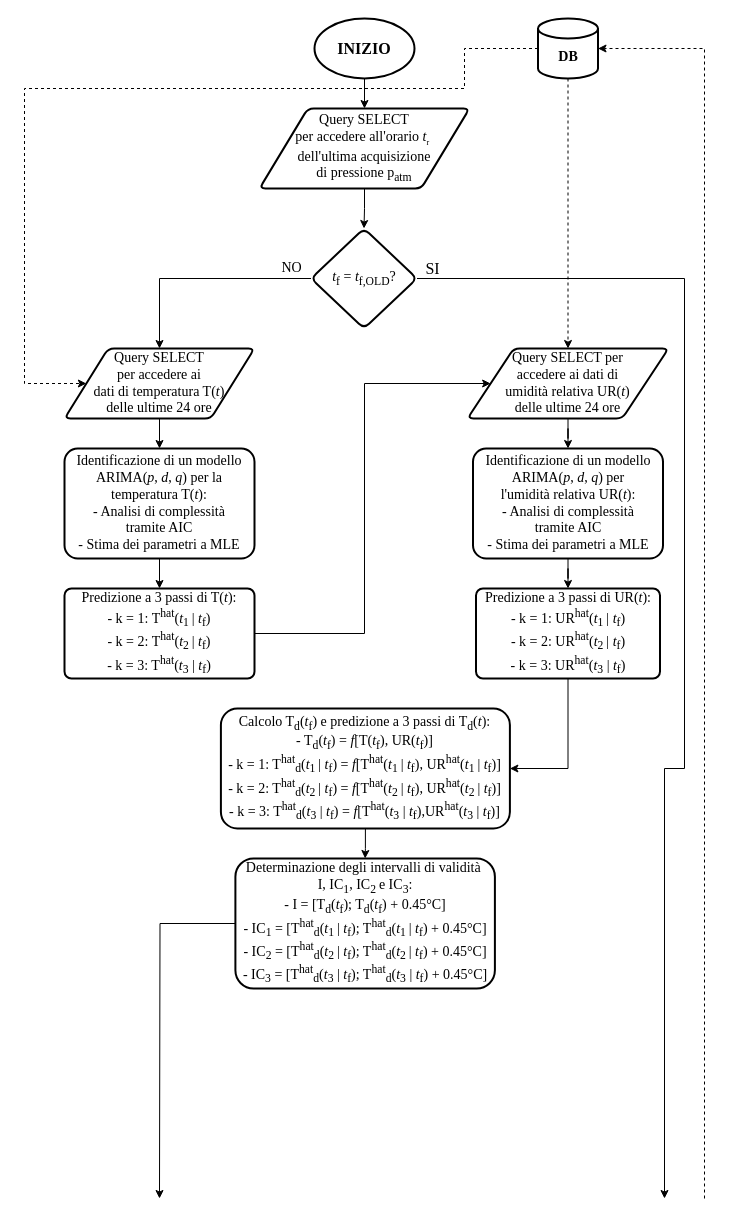
Above: Iterazioni/Documentazione/Iterazione 3/OtherFiles/FC - Generatore allerte F&F(1).drawio in matteoverzeroli/LVSEmergency (draw.io), before the change. Source tidied: cells renumbered, new cells numbered last; positions are measured from the earlier drawing's top-left corner, leaving out a move shared by most shapes. Both pictures are drawn from the tidied source at 100%, with x=0, y=0 at pixel (24, 18).
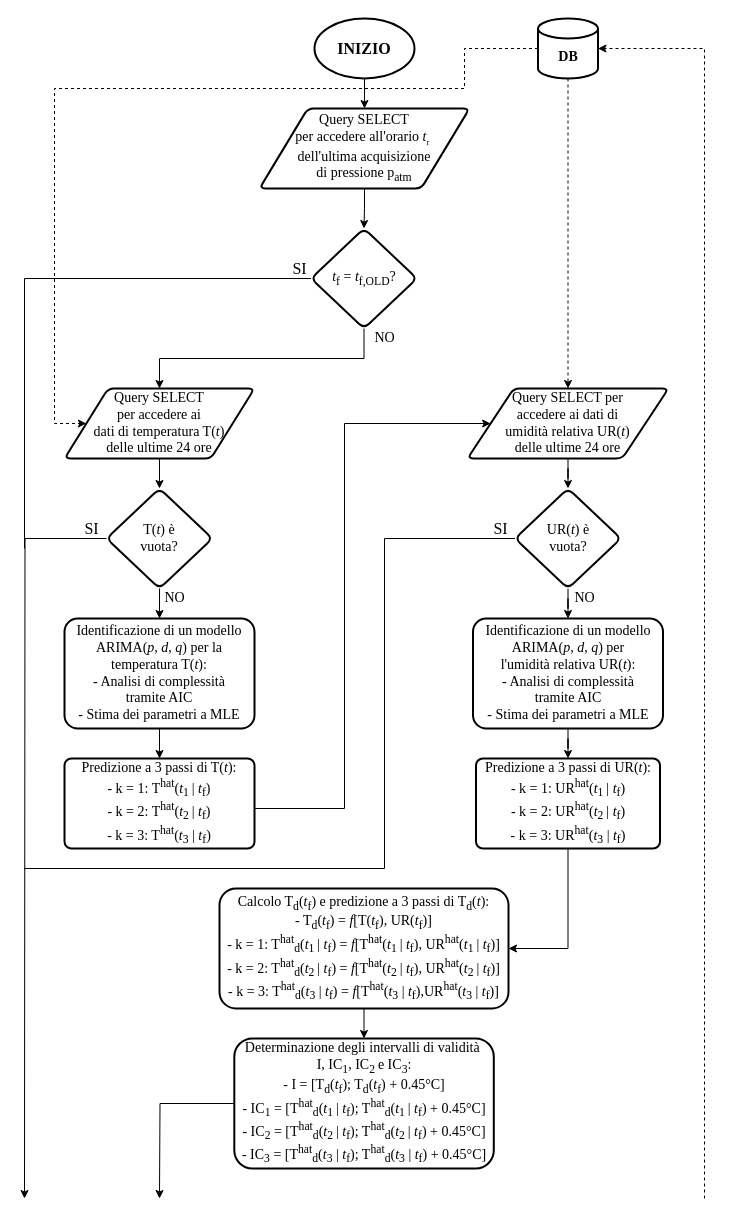
The same page after the edit.

Commit message (it also covers changes not shown here):
Correzione flow charts: inserimento condizioni di terminazione se la serie storica è vuota

The change refers to these unchanged cells:
```xml
<mxCell id="7" value="&lt;font face=&quot;Times New Roman&quot;&gt;&lt;span style=&quot;font-size: 14px&quot;&gt;&lt;i&gt;t&lt;/i&gt;&lt;sub&gt;f&lt;/sub&gt;&amp;nbsp;= &lt;i&gt;t&lt;/i&gt;&lt;sub&gt;f,OLD&lt;/sub&gt;?&lt;/span&gt;&lt;/font&gt;" style="rhombus;whiteSpace=wrap;html=1;rounded=1;arcSize=14;strokeWidth=2;" parent="1" vertex="1">
  <mxGeometry x="286.5" y="210" width="106" height="100" as="geometry" />
</mxCell>
<mxCell id="23" value="&lt;br&gt;&lt;b&gt;DB&lt;/b&gt;" style="strokeWidth=2;html=1;shape=mxgraph.flowchart.database;whiteSpace=wrap;fontFamily=Times New Roman;fontSize=14;" parent="1" vertex="1">
  <mxGeometry x="513.5" width="60" height="60" as="geometry" />
</mxCell>
```

Diff of the diagram source:
```diff
@@
-    <mxCell id="6" style="edgeStyle=orthogonalEdgeStyle;rounded=0;jettySize=auto;html=1;" parent="1" edge="1" source="7" target="9">
-      <mxGeometry relative="1" as="geometry" />
+    <mxCell id="6" style="edgeStyle=orthogonalEdgeStyle;rounded=0;jettySize=auto;html=1;entryX=0.5;entryY=0;entryDx=0;entryDy=0;" parent="1" edge="1" source="7" target="9">
+      <mxGeometry relative="1" as="geometry">
+        <Array as="points">
+          <mxPoint x="340" y="340" />
+          <mxPoint x="135" y="340" />
+        </Array>
+      </mxGeometry>
     </mxCell>
@@
-    <mxCell id="8" style="edgeStyle=orthogonalEdgeStyle;rounded=0;jettySize=auto;html=1;entryX=0.5;entryY=0;entryDx=0;entryDy=0;fontFamily=Times New Roman;fontSize=14;" parent="1" edge="1" source="9" target="12">
-      <mxGeometry relative="1" as="geometry" />
-    </mxCell>
+    <mxCell id="31" style="edgeStyle=orthogonalEdgeStyle;rounded=0;jettySize=auto;html=1;" parent="1" edge="1" source="9" target="35">
+      <mxGeometry relative="1" as="geometry" />
+    </mxCell>
     <mxCell id="9" value="Query SELECT&lt;br&gt;per accedere ai&lt;br&gt;dati di temperatura T(&lt;i&gt;t&lt;/i&gt;) &lt;br&gt;delle ultime 24 ore" style="shape=parallelogram;html=1;strokeWidth=2;perimeter=parallelogramPerimeter;whiteSpace=wrap;rounded=1;arcSize=12;size=0.23;fontFamily=Times New Roman;fontSize=14;" parent="1" vertex="1">
-      <mxGeometry x="40" y="330" width="190" height="70" as="geometry" />
+      <mxGeometry x="40" y="370" width="190" height="70" as="geometry" />
     </mxCell>
     <mxCell id="10" value="&lt;font style=&quot;font-size: 14px&quot; face=&quot;Times New Roman&quot;&gt;NO&lt;/font&gt;" style="text;html=1;align=center;verticalAlign=middle;strokeColor=none;fillColor=none;" parent="1" vertex="1">
-      <mxGeometry x="246.5" y="240" width="40" height="20" as="geometry" />
+      <mxGeometry x="340" y="310" width="40" height="20" as="geometry" />
     </mxCell>
@@
     <mxCell id="12" value="Identificazione di un modello ARIMA(&lt;i&gt;p&lt;/i&gt;, &lt;i&gt;d&lt;/i&gt;, &lt;i&gt;q&lt;/i&gt;) per la temperatura T(&lt;i&gt;t&lt;/i&gt;):&lt;br&gt;- Analisi di complessità &lt;br&gt;tramite AIC&lt;br&gt;- Stima dei parametri a MLE" style="whiteSpace=wrap;html=1;fontSize=14;fontFamily=Times New Roman;strokeWidth=2;rounded=1;arcSize=12;" parent="1" vertex="1">
-      <mxGeometry x="40" y="430" width="190" height="110" as="geometry" />
+      <mxGeometry x="40" y="600" width="190" height="110" as="geometry" />
     </mxCell>
-    <mxCell id="13" style="edgeStyle=orthogonalEdgeStyle;rounded=0;jettySize=auto;html=1;entryX=0;entryY=0.5;entryDx=0;entryDy=0;fontFamily=Times New Roman;fontSize=14;" parent="1" edge="1" source="14" target="16">
+    <mxCell id="13" style="edgeStyle=orthogonalEdgeStyle;rounded=0;jettySize=auto;html=1;entryX=0;entryY=0.5;entryDx=0;entryDy=0;" parent="1" edge="1" source="14" target="16">
       <mxGeometry relative="1" as="geometry">
         <Array as="points">
-          <mxPoint x="340" y="615" />
-          <mxPoint x="340" y="365" />
+          <mxPoint x="320" y="790" />
+          <mxPoint x="320" y="405" />
         </Array>
       </mxGeometry>
     </mxCell>
-    <mxCell id="14" value="Predizione a 3 passi di T(&lt;i&gt;t&lt;/i&gt;):&lt;br&gt;- k = 1: T&lt;sup&gt;hat&lt;/sup&gt;(&lt;i&gt;t&lt;/i&gt;&lt;sub&gt;1&amp;nbsp;&lt;/sub&gt;|&amp;nbsp;&lt;i&gt;t&lt;/i&gt;&lt;sub&gt;f&lt;/sub&gt;)&lt;br&gt;- k = 2: T&lt;sup&gt;hat&lt;/sup&gt;(&lt;i&gt;t&lt;/i&gt;&lt;sub&gt;2&amp;nbsp;&lt;/sub&gt;|&amp;nbsp;&lt;i&gt;t&lt;/i&gt;&lt;sub&gt;f&lt;/sub&gt;)&lt;br&gt;- k = 3: T&lt;sup&gt;hat&lt;/sup&gt;(&lt;i&gt;t&lt;/i&gt;&lt;sub&gt;3&lt;/sub&gt;&amp;nbsp;| &lt;i&gt;t&lt;/i&gt;&lt;sub&gt;f&lt;/sub&gt;)" style="rounded=1;whiteSpace=wrap;html=1;absoluteArcSize=1;arcSize=14;strokeWidth=2;fontFamily=Times New Roman;fontSize=14;" parent="1" vertex="1">
-      <mxGeometry x="40" y="570" width="190" height="90" as="geometry" />
-    </mxCell>
-    <mxCell id="15" style="edgeStyle=orthogonalEdgeStyle;rounded=0;jettySize=auto;html=1;entryX=0.5;entryY=0;entryDx=0;entryDy=0;fontFamily=Times New Roman;fontSize=14;" parent="1" edge="1" source="16" target="18">
-      <mxGeometry relative="1" as="geometry" />
-    </mxCell>
+    <mxCell id="32" style="edgeStyle=orthogonalEdgeStyle;rounded=0;jettySize=auto;html=1;" parent="1" edge="1" source="16" target="37">
+      <mxGeometry relative="1" as="geometry" />
+    </mxCell>
     <mxCell id="16" value="Query SELECT per &lt;br&gt;accedere ai dati di &lt;br&gt;umidità relativa UR(&lt;i&gt;t&lt;/i&gt;) &lt;br&gt;delle ultime 24 ore" style="shape=parallelogram;html=1;strokeWidth=2;perimeter=parallelogramPerimeter;whiteSpace=wrap;rounded=1;arcSize=12;size=0.23;fontFamily=Times New Roman;fontSize=14;" parent="1" vertex="1">
-      <mxGeometry x="443" y="330" width="201" height="70" as="geometry" />
+      <mxGeometry x="443" y="370" width="201" height="70" as="geometry" />
     </mxCell>
@@
     <mxCell id="18" value="Identificazione di un modello ARIMA(&lt;i&gt;p&lt;/i&gt;, &lt;i&gt;d&lt;/i&gt;, &lt;i&gt;q&lt;/i&gt;) per &lt;br&gt;l'umidità relativa UR(&lt;i&gt;t&lt;/i&gt;):&lt;br&gt;- Analisi di complessità &lt;br&gt;tramite AIC&lt;br&gt;- Stima dei parametri a MLE" style="whiteSpace=wrap;html=1;fontSize=14;fontFamily=Times New Roman;strokeWidth=2;rounded=1;arcSize=12;" parent="1" vertex="1">
-      <mxGeometry x="448.5" y="430" width="190" height="110" as="geometry" />
+      <mxGeometry x="448.5" y="600" width="190" height="110" as="geometry" />
     </mxCell>
@@
     <mxCell id="20" value="Predizione a 3 passi di UR(&lt;i&gt;t&lt;/i&gt;):&lt;br&gt;- k = 1: UR&lt;sup&gt;hat&lt;/sup&gt;(&lt;i&gt;t&lt;/i&gt;&lt;sub&gt;1&amp;nbsp;&lt;/sub&gt;|&amp;nbsp;&lt;i&gt;t&lt;/i&gt;&lt;sub&gt;f&lt;/sub&gt;)&lt;br&gt;- k = 2: UR&lt;sup&gt;hat&lt;/sup&gt;(&lt;i&gt;t&lt;/i&gt;&lt;sub&gt;2&amp;nbsp;&lt;/sub&gt;|&amp;nbsp;&lt;i&gt;t&lt;/i&gt;&lt;sub&gt;f&lt;/sub&gt;)&lt;br&gt;- k = 3: UR&lt;sup&gt;hat&lt;/sup&gt;(&lt;i&gt;t&lt;/i&gt;&lt;sub&gt;3&lt;/sub&gt;&amp;nbsp;| &lt;i&gt;t&lt;/i&gt;&lt;sub&gt;f&lt;/sub&gt;)" style="rounded=1;whiteSpace=wrap;html=1;absoluteArcSize=1;arcSize=14;strokeWidth=2;fontFamily=Times New Roman;fontSize=14;" parent="1" vertex="1">
-      <mxGeometry x="451.5" y="570" width="184" height="90" as="geometry" />
+      <mxGeometry x="451.5" y="740" width="184" height="90" as="geometry" />
     </mxCell>
@@
     <mxCell id="22" style="edgeStyle=orthogonalEdgeStyle;rounded=0;jettySize=auto;html=1;entryX=0;entryY=0.5;entryDx=0;entryDy=0;dashed=1;" parent="1" edge="1" source="23" target="9">
       <mxGeometry relative="1" as="geometry">
         <Array as="points">
           <mxPoint x="440" y="30" />
           <mxPoint x="440" y="70" />
-          <mxPoint y="70" />
-          <mxPoint y="365" />
+          <mxPoint x="30" y="70" />
+          <mxPoint x="30" y="405" />
         </Array>
       </mxGeometry>
     </mxCell>
@@
     <mxCell id="25" value="Calcolo T&lt;sub&gt;d&lt;/sub&gt;(&lt;i&gt;t&lt;/i&gt;&lt;sub&gt;f&lt;/sub&gt;) e predizione a 3 passi di T&lt;sub&gt;d&lt;/sub&gt;(&lt;i&gt;t&lt;/i&gt;):&lt;br&gt;- T&lt;sub&gt;d&lt;/sub&gt;(&lt;i&gt;t&lt;/i&gt;&lt;sub&gt;f&lt;/sub&gt;) = &lt;i&gt;f&lt;/i&gt;[T(&lt;i&gt;t&lt;/i&gt;&lt;sub&gt;f&lt;/sub&gt;), UR(&lt;i&gt;t&lt;/i&gt;&lt;sub&gt;f&lt;/sub&gt;)]&lt;br&gt;- k = 1: T&lt;sup&gt;hat&lt;/sup&gt;&lt;sub&gt;d&lt;/sub&gt;(&lt;i&gt;t&lt;/i&gt;&lt;sub&gt;1&amp;nbsp;&lt;/sub&gt;|&amp;nbsp;&lt;i&gt;t&lt;/i&gt;&lt;sub&gt;f&lt;/sub&gt;) = &lt;i&gt;f&lt;/i&gt;[T&lt;sup&gt;hat&lt;/sup&gt;(&lt;i&gt;t&lt;/i&gt;&lt;sub&gt;1&amp;nbsp;&lt;/sub&gt;|&amp;nbsp;&lt;i&gt;t&lt;/i&gt;&lt;sub&gt;f&lt;/sub&gt;), UR&lt;sup&gt;hat&lt;/sup&gt;(&lt;i&gt;t&lt;/i&gt;&lt;sub&gt;1&amp;nbsp;&lt;/sub&gt;|&amp;nbsp;&lt;i&gt;t&lt;/i&gt;&lt;sub&gt;f&lt;/sub&gt;)]&lt;br&gt;- k = 2: T&lt;sup&gt;hat&lt;/sup&gt;&lt;sub&gt;d&lt;/sub&gt;(&lt;i&gt;t&lt;/i&gt;&lt;sub&gt;2&amp;nbsp;&lt;/sub&gt;|&amp;nbsp;&lt;i&gt;t&lt;/i&gt;&lt;sub&gt;f&lt;/sub&gt;) = &lt;i&gt;f&lt;/i&gt;[T&lt;sup&gt;hat&lt;/sup&gt;(&lt;i&gt;t&lt;/i&gt;&lt;sub&gt;2&amp;nbsp;&lt;/sub&gt;|&amp;nbsp;&lt;i&gt;t&lt;/i&gt;&lt;sub&gt;f&lt;/sub&gt;), UR&lt;sup&gt;hat&lt;/sup&gt;(&lt;i&gt;t&lt;/i&gt;&lt;sub&gt;2&amp;nbsp;&lt;/sub&gt;|&amp;nbsp;&lt;i&gt;t&lt;/i&gt;&lt;sub&gt;f&lt;/sub&gt;)]&lt;br&gt;- k = 3: T&lt;sup&gt;hat&lt;/sup&gt;&lt;sub&gt;d&lt;/sub&gt;(&lt;i&gt;t&lt;/i&gt;&lt;sub&gt;3&lt;/sub&gt;&amp;nbsp;| &lt;i&gt;t&lt;/i&gt;&lt;sub&gt;f&lt;/sub&gt;) = &lt;i&gt;f&lt;/i&gt;[T&lt;sup&gt;hat&lt;/sup&gt;(&lt;i&gt;t&lt;/i&gt;&lt;sub&gt;3&lt;/sub&gt;&amp;nbsp;|&amp;nbsp;&lt;i&gt;t&lt;/i&gt;&lt;sub&gt;f&lt;/sub&gt;),UR&lt;sup&gt;hat&lt;/sup&gt;(&lt;i&gt;t&lt;/i&gt;&lt;sub&gt;3&lt;/sub&gt;&amp;nbsp;|&amp;nbsp;&lt;i&gt;t&lt;/i&gt;&lt;sub&gt;f&lt;/sub&gt;)]" style="rounded=1;whiteSpace=wrap;html=1;absoluteArcSize=1;arcSize=33;strokeWidth=2;fontFamily=Times New Roman;fontSize=14;" parent="1" vertex="1">
-      <mxGeometry x="196.4" y="690" width="289" height="120" as="geometry" />
+      <mxGeometry x="195" y="870" width="289" height="120" as="geometry" />
     </mxCell>
@@
     <mxCell id="27" value="Determinazione degli intervalli di validità&amp;nbsp; &lt;br&gt;I, IC&lt;sub&gt;1&lt;/sub&gt;, IC&lt;sub&gt;2 &lt;/sub&gt;e IC&lt;sub&gt;3&lt;/sub&gt;:&lt;br&gt;- I = [T&lt;sub&gt;d&lt;/sub&gt;(&lt;i&gt;t&lt;/i&gt;&lt;sub&gt;f&lt;/sub&gt;); T&lt;sub&gt;d&lt;/sub&gt;(&lt;i&gt;t&lt;/i&gt;&lt;sub&gt;f&lt;/sub&gt;) + 0.45°C]&lt;br&gt;- IC&lt;sub&gt;1&lt;/sub&gt;&amp;nbsp;= [T&lt;sup&gt;hat&lt;/sup&gt;&lt;sub&gt;d&lt;/sub&gt;(&lt;i&gt;t&lt;/i&gt;&lt;sub&gt;1&amp;nbsp;&lt;/sub&gt;|&amp;nbsp;&lt;i&gt;t&lt;/i&gt;&lt;sub&gt;f&lt;/sub&gt;); T&lt;sup&gt;hat&lt;/sup&gt;&lt;sub&gt;d&lt;/sub&gt;(&lt;i&gt;t&lt;/i&gt;&lt;sub&gt;1&amp;nbsp;&lt;/sub&gt;|&amp;nbsp;&lt;i&gt;t&lt;/i&gt;&lt;sub&gt;f&lt;/sub&gt;) + 0.45°C]&lt;br&gt;- IC&lt;sub&gt;2&lt;/sub&gt;&amp;nbsp;= [T&lt;sup&gt;hat&lt;/sup&gt;&lt;sub&gt;d&lt;/sub&gt;(&lt;i&gt;t&lt;/i&gt;&lt;sub&gt;2&amp;nbsp;&lt;/sub&gt;|&amp;nbsp;&lt;i&gt;t&lt;/i&gt;&lt;sub&gt;f&lt;/sub&gt;); T&lt;sup&gt;hat&lt;/sup&gt;&lt;sub&gt;d&lt;/sub&gt;(&lt;i&gt;t&lt;/i&gt;&lt;sub&gt;2&amp;nbsp;&lt;/sub&gt;|&amp;nbsp;&lt;i&gt;t&lt;/i&gt;&lt;sub&gt;f&lt;/sub&gt;) + 0.45°C]&lt;br&gt;- IC&lt;sub&gt;3&lt;/sub&gt;&amp;nbsp;=&amp;nbsp;[T&lt;sup&gt;hat&lt;/sup&gt;&lt;sub&gt;d&lt;/sub&gt;(&lt;i&gt;t&lt;/i&gt;&lt;sub&gt;3&lt;/sub&gt;&amp;nbsp;|&amp;nbsp;&lt;i&gt;t&lt;/i&gt;&lt;sub&gt;f&lt;/sub&gt;); T&lt;sup&gt;hat&lt;/sup&gt;&lt;sub&gt;d&lt;/sub&gt;(&lt;i&gt;t&lt;/i&gt;&lt;sub&gt;3&lt;/sub&gt;&amp;nbsp;|&amp;nbsp;&lt;i&gt;t&lt;/i&gt;&lt;sub&gt;f&lt;/sub&gt;) + 0.45°C]" style="rounded=1;whiteSpace=wrap;html=1;fontSize=14;fontFamily=Times New Roman;arcSize=14;strokeWidth=2;" parent="1" vertex="1">
-      <mxGeometry x="210.9" y="840" width="259.5" height="130" as="geometry" />
+      <mxGeometry x="209.8" y="1020" width="259.5" height="130" as="geometry" />
     </mxCell>
@@
-    <mxCell id="29" style="endArrow=classic;html=1;rounded=0;exitX=1;exitY=0.5;exitDx=0;exitDy=0;" parent="1" edge="1" source="7">
-      <mxGeometry relative="1" as="geometry">
-        <mxPoint x="640" y="1180" as="targetPoint" />
-        <Array as="points">
-          <mxPoint x="660" y="260" />
-          <mxPoint x="660" y="750" />
-          <mxPoint x="640" y="750" />
-        </Array>
-      </mxGeometry>
-    </mxCell>
     <mxCell id="30" value="&lt;font face=&quot;Times New Roman&quot; size=&quot;3&quot;&gt;SI&lt;/font&gt;" style="text;html=1;align=center;verticalAlign=middle;strokeColor=none;fillColor=none;" parent="1" vertex="1">
-      <mxGeometry x="392.5" y="240" width="30" height="20" as="geometry" />
+      <mxGeometry x="260" y="240" width="30" height="20" as="geometry" />
     </mxCell>
+    <mxCell id="33" style="edgeStyle=orthogonalEdgeStyle;rounded=0;jettySize=auto;html=1;entryX=0.5;entryY=0;entryDx=0;entryDy=0;" parent="1" edge="1" source="35" target="12">
+      <mxGeometry relative="1" as="geometry" />
+    </mxCell>
+    <mxCell id="34" style="edgeStyle=orthogonalEdgeStyle;rounded=0;jettySize=auto;html=1;exitX=0;exitY=0.5;exitDx=0;exitDy=0;" parent="1" edge="1" source="35">
+      <mxGeometry relative="1" as="geometry">
+        <mxPoint y="1180" as="targetPoint" />
+      </mxGeometry>
+    </mxCell>
+    <mxCell id="35" value="&lt;font face=&quot;Times New Roman&quot;&gt;&lt;span style=&quot;font-size: 14px&quot;&gt;T(&lt;i&gt;t&lt;/i&gt;) è &lt;br&gt;vuota?&lt;/span&gt;&lt;/font&gt;" style="rhombus;whiteSpace=wrap;html=1;rounded=1;arcSize=14;strokeWidth=2;" parent="1" vertex="1">
+      <mxGeometry x="82" y="470" width="106" height="100" as="geometry" />
+    </mxCell>
+    <mxCell id="36" style="edgeStyle=orthogonalEdgeStyle;rounded=0;jettySize=auto;html=1;entryX=0.5;entryY=0;entryDx=0;entryDy=0;" parent="1" edge="1" source="37" target="18">
+      <mxGeometry relative="1" as="geometry" />
+    </mxCell>
+    <mxCell id="37" value="&lt;font face=&quot;Times New Roman&quot;&gt;&lt;span style=&quot;font-size: 14px&quot;&gt;UR(&lt;i&gt;t&lt;/i&gt;) è &lt;br&gt;vuota?&lt;/span&gt;&lt;/font&gt;" style="rhombus;whiteSpace=wrap;html=1;rounded=1;arcSize=14;strokeWidth=2;" parent="1" vertex="1">
+      <mxGeometry x="490.5" y="470" width="106" height="100" as="geometry" />
+    </mxCell>
+    <mxCell id="38" value="&lt;font style=&quot;font-size: 14px&quot; face=&quot;Times New Roman&quot;&gt;NO&lt;/font&gt;" style="text;html=1;align=center;verticalAlign=middle;strokeColor=none;fillColor=none;" parent="1" vertex="1">
+      <mxGeometry x="130" y="570" width="40" height="20" as="geometry" />
+    </mxCell>
+    <mxCell id="39" value="&lt;font style=&quot;font-size: 14px&quot; face=&quot;Times New Roman&quot;&gt;NO&lt;/font&gt;" style="text;html=1;align=center;verticalAlign=middle;strokeColor=none;fillColor=none;" parent="1" vertex="1">
+      <mxGeometry x="540" y="570" width="40" height="20" as="geometry" />
+    </mxCell>
+    <mxCell id="40" style="endArrow=none;html=1;rounded=0;entryX=0;entryY=0.5;entryDx=0;entryDy=0;startArrow=none;" parent="1" edge="1" target="37">
+      <mxGeometry relative="1" as="geometry">
+        <mxPoint y="850" as="sourcePoint" />
+        <Array as="points">
+          <mxPoint x="360" y="850" />
+          <mxPoint x="360" y="520" />
+        </Array>
+      </mxGeometry>
+    </mxCell>
+    <mxCell id="41" value="&lt;font face=&quot;Times New Roman&quot; size=&quot;3&quot;&gt;SI&lt;/font&gt;" style="text;html=1;align=center;verticalAlign=middle;strokeColor=none;fillColor=none;" parent="1" vertex="1">
+      <mxGeometry x="52" y="500" width="30" height="20" as="geometry" />
+    </mxCell>
+    <mxCell id="42" value="&lt;font face=&quot;Times New Roman&quot; size=&quot;3&quot;&gt;SI&lt;/font&gt;" style="text;html=1;align=center;verticalAlign=middle;strokeColor=none;fillColor=none;" parent="1" vertex="1">
+      <mxGeometry x="460.5" y="500" width="30" height="20" as="geometry" />
+    </mxCell>
+    <mxCell id="43" style="endArrow=none;html=1;rounded=0;entryX=0;entryY=0.5;entryDx=0;entryDy=0;" parent="1" edge="1" target="7">
+      <mxGeometry relative="1" as="geometry">
+        <mxPoint y="530" as="sourcePoint" />
+        <Array as="points">
+          <mxPoint y="260" />
+        </Array>
+      </mxGeometry>
+    </mxCell>
+    <mxCell id="14" value="Predizione a 3 passi di T(&lt;i&gt;t&lt;/i&gt;):&lt;br&gt;- k = 1: T&lt;sup&gt;hat&lt;/sup&gt;(&lt;i&gt;t&lt;/i&gt;&lt;sub&gt;1&amp;nbsp;&lt;/sub&gt;|&amp;nbsp;&lt;i&gt;t&lt;/i&gt;&lt;sub&gt;f&lt;/sub&gt;)&lt;br&gt;- k = 2: T&lt;sup&gt;hat&lt;/sup&gt;(&lt;i&gt;t&lt;/i&gt;&lt;sub&gt;2&amp;nbsp;&lt;/sub&gt;|&amp;nbsp;&lt;i&gt;t&lt;/i&gt;&lt;sub&gt;f&lt;/sub&gt;)&lt;br&gt;- k = 3: T&lt;sup&gt;hat&lt;/sup&gt;(&lt;i&gt;t&lt;/i&gt;&lt;sub&gt;3&lt;/sub&gt;&amp;nbsp;| &lt;i&gt;t&lt;/i&gt;&lt;sub&gt;f&lt;/sub&gt;)" style="rounded=1;whiteSpace=wrap;html=1;absoluteArcSize=1;arcSize=14;strokeWidth=2;fontFamily=Times New Roman;fontSize=14;" parent="1" vertex="1">
+      <mxGeometry x="40" y="740" width="190" height="90" as="geometry" />
+    </mxCell>
```
